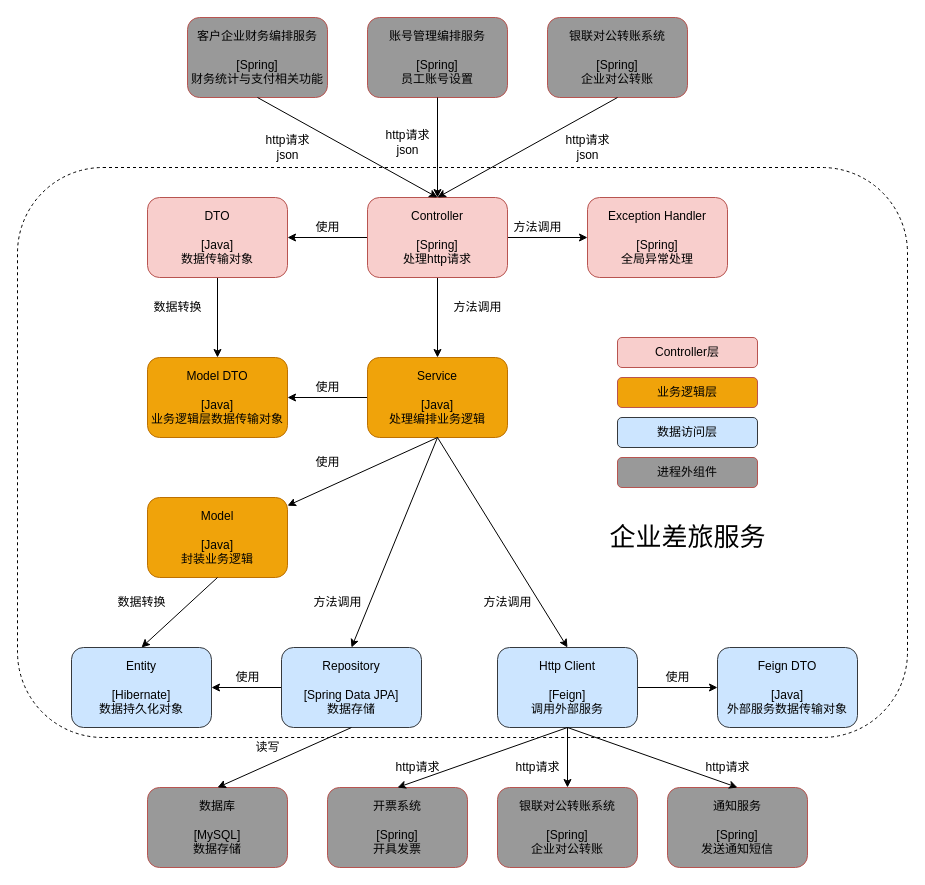
This is images/企业差旅服务.drawio from deesyx/heima, a draw.io file, before an edit. Source tidied: cells renumbered, new cells numbered last; positions are measured from the earlier drawing's top-left corner, leaving out a move shared by most shapes. Both pictures are drawn from the tidied source at 100%, with x=0, y=0 at pixel (17, 17).
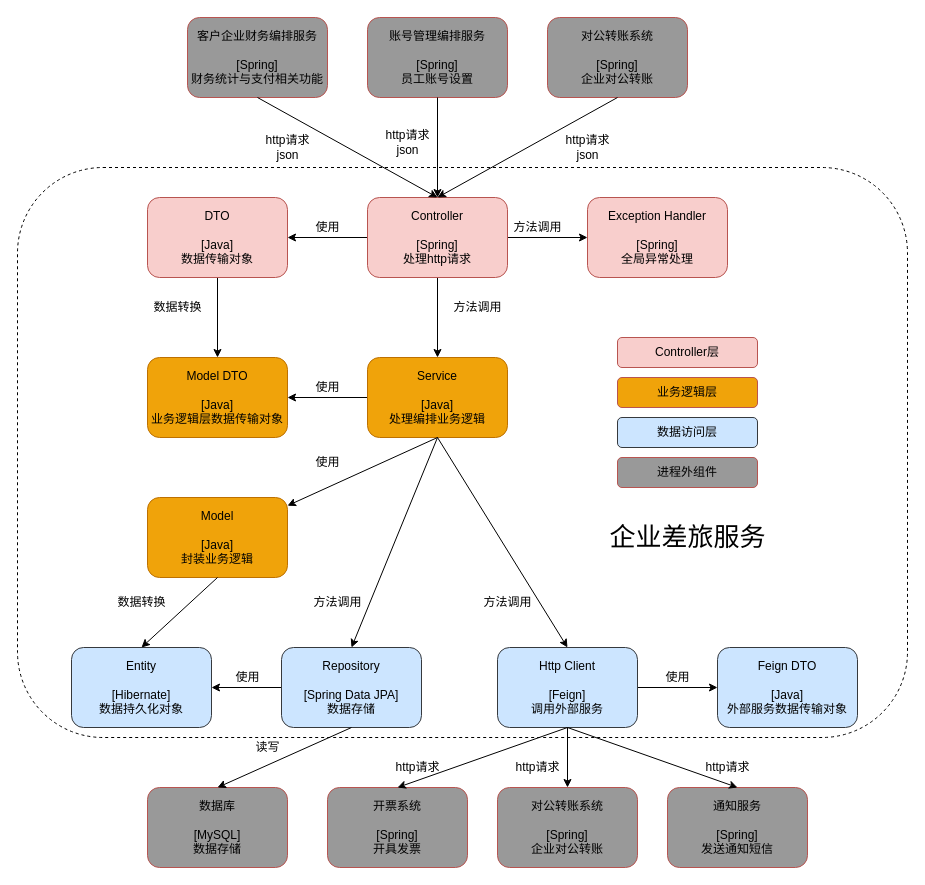
The same page after the edit.

What changed in the source:
```diff
@@
-    <object id="41" label="%component%&lt;br&gt;&lt;br&gt;%tech%&lt;br&gt;%function%" component="银联对公转账系统" function="企业对公转账" placeholders="1" tech="[Spring]">
+    <object id="41" label="%component%&lt;br&gt;&lt;br&gt;%tech%&lt;br&gt;%function%" component="对公转账系统" function="企业对公转账" placeholders="1" tech="[Spring]">
       <mxCell style="rounded=1;whiteSpace=wrap;html=1;fillColor=#999999;noLabel=0;comic=0;strokeColor=#b85450;" parent="1" vertex="1">
         <mxGeometry x="530" width="140" height="80" as="geometry" />
       </mxCell>
     </object>
@@
-    <object id="47" label="%component%&lt;br&gt;&lt;br&gt;%tech%&lt;br&gt;%function%" component="银联对公转账系统" function="企业对公转账" placeholders="1" tech="[Spring]">
+    <object id="47" label="%component%&lt;br&gt;&lt;br&gt;%tech%&lt;br&gt;%function%" component="对公转账系统" function="企业对公转账" placeholders="1" tech="[Spring]">
       <mxCell style="rounded=1;whiteSpace=wrap;html=1;fillColor=#999999;noLabel=0;comic=0;strokeColor=#b85450;" parent="1" vertex="1">
         <mxGeometry x="480" y="770" width="140" height="80" as="geometry" />
       </mxCell>
     </object>
```
